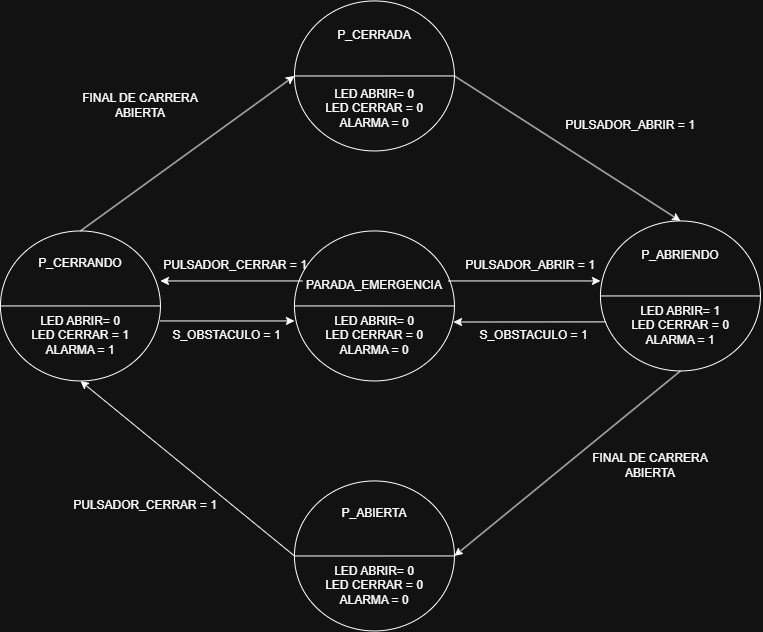
Before: Laboratorio 2/evidencias/problema_e/maquina_estados_e.drawio.png, a diagram exported from draw.io (enzoacosta46/mec-tmi). Source tidied: cells renumbered, new cells last; positions are measured from the earlier drawing's top-left corner, leaving out a move shared by most shapes.
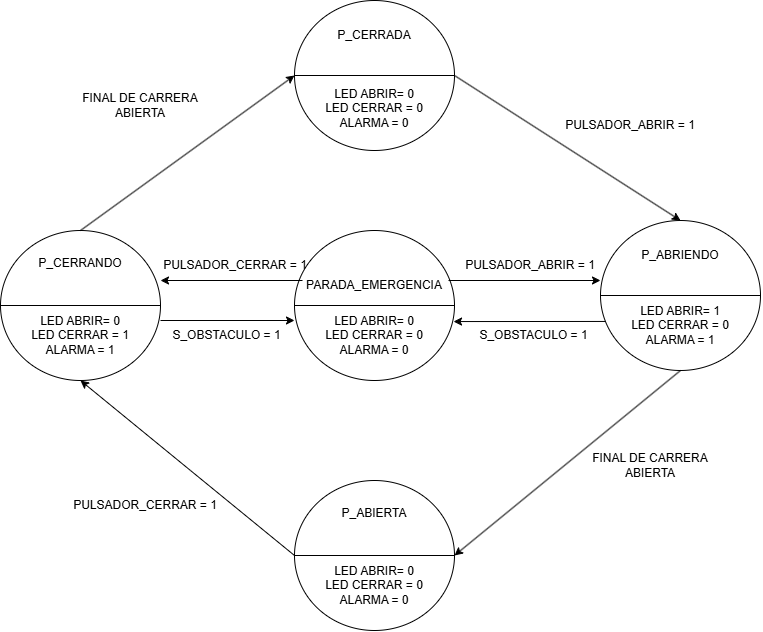
Later version of the same file.

Commit message:
Maquina de estados Ej E

Diff of the diagram source:
```diff
@@ -1,141 +1,141 @@
-<mxGraphModel>
+<mxGraphModel background="light-dark(#ffffff, #121212)">
   <root>
     <mxCell id="0" />
     <mxCell id="1" parent="0" />
-    <mxCell id="2" style="group;" parent="1" vertex="1">
+    <mxCell id="2" style="group;labelBackgroundColor=none;rounded=0;" parent="1" vertex="1">
       <mxGeometry x="294" width="160" height="150" as="geometry" />
     </mxCell>
-    <mxCell id="3" style="ellipse;whiteSpace=wrap;html=1;shapeInside=1;" parent="2" vertex="1">
+    <mxCell id="3" style="ellipse;whiteSpace=wrap;html=1;shapeInside=1;labelBackgroundColor=none;rounded=0;" parent="2" vertex="1">
       <mxGeometry width="160" height="150" as="geometry" />
     </mxCell>
-    <mxCell id="4" style="endArrow=none;html=1;rounded=0;entryX=1;entryY=0.5;entryDx=0;entryDy=0;exitX=0;exitY=0.5;exitDx=0;exitDy=0;" parent="2" edge="1" source="3" target="3">
+    <mxCell id="4" style="endArrow=none;html=1;rounded=0;entryX=1;entryY=0.5;entryDx=0;entryDy=0;exitX=0;exitY=0.5;exitDx=0;exitDy=0;labelBackgroundColor=none;fontColor=default;" parent="2" edge="1" source="3" target="3">
       <mxGeometry relative="1" as="geometry" />
     </mxCell>
-    <mxCell id="5" value="P_CERRADA" style="text;html=1;whiteSpace=wrap;strokeColor=none;fillColor=none;align=center;verticalAlign=middle;rounded=0;" parent="2" vertex="1">
+    <mxCell id="5" value="P_CERRADA" style="text;html=1;whiteSpace=wrap;strokeColor=none;fillColor=none;align=center;verticalAlign=middle;rounded=0;labelBackgroundColor=none;" parent="2" vertex="1">
       <mxGeometry x="50" y="20" width="60" height="30" as="geometry" />
     </mxCell>
-    <mxCell id="6" value="LED ABRIR= 0&lt;div&gt;LED CERRAR = 0&lt;/div&gt;&lt;div&gt;ALARMA = 0&lt;/div&gt;" style="text;html=1;whiteSpace=wrap;strokeColor=none;fillColor=none;align=center;verticalAlign=middle;rounded=0;" parent="2" vertex="1">
+    <mxCell id="6" value="LED ABRIR= 0&lt;div&gt;LED CERRAR = 0&lt;/div&gt;&lt;div&gt;ALARMA = 0&lt;/div&gt;" style="text;html=1;whiteSpace=wrap;strokeColor=none;fillColor=none;align=center;verticalAlign=middle;rounded=0;labelBackgroundColor=none;" parent="2" vertex="1">
       <mxGeometry x="20" y="80" width="120" height="55" as="geometry" />
     </mxCell>
-    <mxCell id="7" style="group;" parent="1" vertex="1">
+    <mxCell id="7" style="group;labelBackgroundColor=none;rounded=0;" parent="1" vertex="1">
       <mxGeometry y="230" width="160" height="150" as="geometry" />
     </mxCell>
-    <mxCell id="8" style="ellipse;whiteSpace=wrap;html=1;shapeInside=1;" parent="7" vertex="1">
+    <mxCell id="8" style="ellipse;whiteSpace=wrap;html=1;shapeInside=1;labelBackgroundColor=none;rounded=0;" parent="7" vertex="1">
       <mxGeometry width="160" height="150" as="geometry" />
     </mxCell>
-    <mxCell id="9" style="endArrow=none;html=1;rounded=0;entryX=1;entryY=0.5;entryDx=0;entryDy=0;exitX=0;exitY=0.5;exitDx=0;exitDy=0;" parent="7" edge="1" source="8" target="8">
+    <mxCell id="9" style="endArrow=none;html=1;rounded=0;entryX=1;entryY=0.5;entryDx=0;entryDy=0;exitX=0;exitY=0.5;exitDx=0;exitDy=0;labelBackgroundColor=none;fontColor=default;" parent="7" edge="1" source="8" target="8">
       <mxGeometry relative="1" as="geometry" />
     </mxCell>
-    <mxCell id="10" value="P_CERRANDO" style="text;html=1;whiteSpace=wrap;strokeColor=none;fillColor=none;align=center;verticalAlign=middle;rounded=0;" parent="7" vertex="1">
+    <mxCell id="10" value="P_CERRANDO" style="text;html=1;whiteSpace=wrap;strokeColor=none;fillColor=none;align=center;verticalAlign=middle;rounded=0;labelBackgroundColor=none;" parent="7" vertex="1">
       <mxGeometry x="50" y="17.5" width="60" height="30" as="geometry" />
     </mxCell>
-    <mxCell id="11" value="LED ABRIR= 0&lt;div&gt;LED CERRAR = 1&lt;/div&gt;&lt;div&gt;ALARMA = 1&lt;/div&gt;" style="text;html=1;whiteSpace=wrap;strokeColor=none;fillColor=none;align=center;verticalAlign=middle;rounded=0;" parent="7" vertex="1">
+    <mxCell id="11" value="LED ABRIR= 0&lt;div&gt;LED CERRAR = 1&lt;/div&gt;&lt;div&gt;ALARMA = 1&lt;/div&gt;" style="text;html=1;whiteSpace=wrap;strokeColor=none;fillColor=none;align=center;verticalAlign=middle;rounded=0;labelBackgroundColor=none;" parent="7" vertex="1">
       <mxGeometry x="20" y="77.5" width="120" height="55" as="geometry" />
     </mxCell>
-    <mxCell id="12" style="group;" parent="1" vertex="1">
+    <mxCell id="12" style="group;labelBackgroundColor=none;rounded=0;" parent="1" vertex="1">
       <mxGeometry x="600" y="220" width="160" height="150" as="geometry" />
     </mxCell>
-    <mxCell id="13" style="ellipse;whiteSpace=wrap;html=1;shapeInside=1;" parent="12" vertex="1">
+    <mxCell id="13" style="ellipse;whiteSpace=wrap;html=1;shapeInside=1;labelBackgroundColor=none;rounded=0;" parent="12" vertex="1">
       <mxGeometry width="160" height="150" as="geometry" />
     </mxCell>
-    <mxCell id="14" style="endArrow=none;html=1;rounded=0;entryX=1;entryY=0.5;entryDx=0;entryDy=0;exitX=0;exitY=0.5;exitDx=0;exitDy=0;" parent="12" edge="1" source="13" target="13">
+    <mxCell id="14" style="endArrow=none;html=1;rounded=0;entryX=1;entryY=0.5;entryDx=0;entryDy=0;exitX=0;exitY=0.5;exitDx=0;exitDy=0;labelBackgroundColor=none;fontColor=default;" parent="12" edge="1" source="13" target="13">
       <mxGeometry relative="1" as="geometry" />
     </mxCell>
-    <mxCell id="15" value="P_ABRIENDO" style="text;html=1;whiteSpace=wrap;strokeColor=none;fillColor=none;align=center;verticalAlign=middle;rounded=0;" parent="12" vertex="1">
+    <mxCell id="15" value="P_ABRIENDO" style="text;html=1;whiteSpace=wrap;strokeColor=none;fillColor=none;align=center;verticalAlign=middle;rounded=0;labelBackgroundColor=none;" parent="12" vertex="1">
       <mxGeometry x="50" y="20" width="60" height="30" as="geometry" />
     </mxCell>
-    <mxCell id="16" value="LED ABRIR= 1&lt;div&gt;LED CERRAR = 0&lt;/div&gt;&lt;div&gt;ALARMA = 1&lt;/div&gt;" style="text;html=1;whiteSpace=wrap;strokeColor=none;fillColor=none;align=center;verticalAlign=middle;rounded=0;" parent="12" vertex="1">
+    <mxCell id="16" value="LED ABRIR= 1&lt;div&gt;LED CERRAR = 0&lt;/div&gt;&lt;div&gt;ALARMA = 1&lt;/div&gt;" style="text;html=1;whiteSpace=wrap;strokeColor=none;fillColor=none;align=center;verticalAlign=middle;rounded=0;labelBackgroundColor=none;" parent="12" vertex="1">
       <mxGeometry x="20" y="77.5" width="120" height="55" as="geometry" />
     </mxCell>
-    <mxCell id="17" style="group;" parent="1" vertex="1">
+    <mxCell id="17" style="group;labelBackgroundColor=none;rounded=0;" parent="1" vertex="1">
       <mxGeometry x="294" y="230" width="160" height="150" as="geometry" />
     </mxCell>
-    <mxCell id="18" style="ellipse;whiteSpace=wrap;html=1;shapeInside=1;" parent="17" vertex="1">
+    <mxCell id="18" style="ellipse;whiteSpace=wrap;html=1;shapeInside=1;labelBackgroundColor=none;rounded=0;" parent="17" vertex="1">
       <mxGeometry width="160" height="150" as="geometry" />
     </mxCell>
-    <mxCell id="19" style="endArrow=none;html=1;rounded=0;entryX=1;entryY=0.5;entryDx=0;entryDy=0;exitX=0;exitY=0.5;exitDx=0;exitDy=0;" parent="17" edge="1" source="18" target="18">
+    <mxCell id="19" style="endArrow=none;html=1;rounded=0;entryX=1;entryY=0.5;entryDx=0;entryDy=0;exitX=0;exitY=0.5;exitDx=0;exitDy=0;labelBackgroundColor=none;fontColor=default;" parent="17" edge="1" source="18" target="18">
       <mxGeometry relative="1" as="geometry" />
     </mxCell>
-    <mxCell id="20" value="PARADA_EMERGENCIA" style="text;html=1;whiteSpace=wrap;strokeColor=none;fillColor=none;align=center;verticalAlign=middle;rounded=0;" parent="17" vertex="1">
+    <mxCell id="20" value="PARADA_EMERGENCIA" style="text;html=1;whiteSpace=wrap;strokeColor=none;fillColor=none;align=center;verticalAlign=middle;rounded=0;labelBackgroundColor=none;" parent="17" vertex="1">
       <mxGeometry x="50" y="40" width="60" height="30" as="geometry" />
     </mxCell>
-    <mxCell id="21" value="LED ABRIR= 0&lt;div&gt;LED CERRAR = 0&lt;/div&gt;&lt;div&gt;ALARMA = 0&lt;/div&gt;" style="text;html=1;whiteSpace=wrap;strokeColor=none;fillColor=none;align=center;verticalAlign=middle;rounded=0;" parent="17" vertex="1">
+    <mxCell id="21" value="LED ABRIR= 0&lt;div&gt;LED CERRAR = 0&lt;/div&gt;&lt;div&gt;ALARMA = 0&lt;/div&gt;" style="text;html=1;whiteSpace=wrap;strokeColor=none;fillColor=none;align=center;verticalAlign=middle;rounded=0;labelBackgroundColor=none;" parent="17" vertex="1">
       <mxGeometry x="20" y="77.5" width="120" height="55" as="geometry" />
     </mxCell>
-    <mxCell id="22" style="group;" parent="1" vertex="1">
+    <mxCell id="22" style="group;labelBackgroundColor=none;rounded=0;" parent="1" vertex="1">
       <mxGeometry x="294" y="480" width="160" height="150" as="geometry" />
     </mxCell>
-    <mxCell id="23" style="ellipse;whiteSpace=wrap;html=1;shapeInside=1;" parent="22" vertex="1">
+    <mxCell id="23" style="ellipse;whiteSpace=wrap;html=1;shapeInside=1;labelBackgroundColor=none;rounded=0;" parent="22" vertex="1">
       <mxGeometry width="160" height="150" as="geometry" />
     </mxCell>
-    <mxCell id="24" style="endArrow=none;html=1;rounded=0;entryX=1;entryY=0.5;entryDx=0;entryDy=0;exitX=0;exitY=0.5;exitDx=0;exitDy=0;" parent="22" edge="1" source="23" target="23">
+    <mxCell id="24" style="endArrow=none;html=1;rounded=0;entryX=1;entryY=0.5;entryDx=0;entryDy=0;exitX=0;exitY=0.5;exitDx=0;exitDy=0;labelBackgroundColor=none;fontColor=default;" parent="22" edge="1" source="23" target="23">
       <mxGeometry relative="1" as="geometry" />
     </mxCell>
-    <mxCell id="25" value="P_ABIERTA" style="text;html=1;whiteSpace=wrap;strokeColor=none;fillColor=none;align=center;verticalAlign=middle;rounded=0;" parent="22" vertex="1">
+    <mxCell id="25" value="P_ABIERTA" style="text;html=1;whiteSpace=wrap;strokeColor=none;fillColor=none;align=center;verticalAlign=middle;rounded=0;labelBackgroundColor=none;" parent="22" vertex="1">
       <mxGeometry x="50" y="17.5" width="60" height="30" as="geometry" />
     </mxCell>
-    <mxCell id="26" value="LED ABRIR= 0&lt;div&gt;LED CERRAR = 0&lt;/div&gt;&lt;div&gt;ALARMA = 0&lt;/div&gt;" style="text;html=1;whiteSpace=wrap;strokeColor=none;fillColor=none;align=center;verticalAlign=middle;rounded=0;" parent="22" vertex="1">
+    <mxCell id="26" value="LED ABRIR= 0&lt;div&gt;LED CERRAR = 0&lt;/div&gt;&lt;div&gt;ALARMA = 0&lt;/div&gt;" style="text;html=1;whiteSpace=wrap;strokeColor=none;fillColor=none;align=center;verticalAlign=middle;rounded=0;labelBackgroundColor=none;" parent="22" vertex="1">
       <mxGeometry x="20" y="77.5" width="120" height="55" as="geometry" />
     </mxCell>
-    <mxCell id="27" style="endArrow=classic;html=1;rounded=0;exitX=1;exitY=0.5;exitDx=0;exitDy=0;entryX=0.5;entryY=0;entryDx=0;entryDy=0;" parent="1" edge="1" source="3" target="13">
+    <mxCell id="27" style="endArrow=classic;html=1;rounded=0;exitX=1;exitY=0.5;exitDx=0;exitDy=0;entryX=0.5;entryY=0;entryDx=0;entryDy=0;labelBackgroundColor=none;fontColor=default;" parent="1" edge="1" source="3" target="13">
       <mxGeometry relative="1" as="geometry" />
     </mxCell>
-    <mxCell id="28" style="endArrow=classic;html=1;rounded=0;exitX=0.5;exitY=1;exitDx=0;exitDy=0;entryX=1;entryY=0.5;entryDx=0;entryDy=0;" parent="1" edge="1" source="13" target="23">
+    <mxCell id="28" style="endArrow=classic;html=1;rounded=0;exitX=0.5;exitY=1;exitDx=0;exitDy=0;entryX=1;entryY=0.5;entryDx=0;entryDy=0;labelBackgroundColor=none;fontColor=default;" parent="1" edge="1" source="13" target="23">
       <mxGeometry relative="1" as="geometry" />
     </mxCell>
-    <mxCell id="29" style="endArrow=classic;html=1;rounded=0;exitX=0;exitY=0.5;exitDx=0;exitDy=0;entryX=0.5;entryY=1;entryDx=0;entryDy=0;" parent="1" edge="1" source="23" target="8">
+    <mxCell id="29" style="endArrow=classic;html=1;rounded=0;exitX=0;exitY=0.5;exitDx=0;exitDy=0;entryX=0.5;entryY=1;entryDx=0;entryDy=0;labelBackgroundColor=none;fontColor=default;" parent="1" edge="1" source="23" target="8">
       <mxGeometry relative="1" as="geometry">
         <Array as="points">
           <mxPoint x="190" y="470" />
         </Array>
       </mxGeometry>
     </mxCell>
-    <mxCell id="30" style="endArrow=classic;html=1;rounded=0;exitX=0.5;exitY=0;exitDx=0;exitDy=0;entryX=0;entryY=0.5;entryDx=0;entryDy=0;" parent="1" edge="1" source="8" target="3">
+    <mxCell id="30" style="endArrow=classic;html=1;rounded=0;exitX=0.5;exitY=0;exitDx=0;exitDy=0;entryX=0;entryY=0.5;entryDx=0;entryDy=0;labelBackgroundColor=none;fontColor=default;" parent="1" edge="1" source="8" target="3">
       <mxGeometry relative="1" as="geometry" />
     </mxCell>
-    <mxCell id="31" style="endArrow=classic;html=1;rounded=0;exitX=0.031;exitY=0.673;exitDx=0;exitDy=0;entryX=0.994;entryY=0.607;entryDx=0;entryDy=0;exitPerimeter=0;entryPerimeter=0;" parent="1" edge="1" source="13" target="18">
+    <mxCell id="31" style="endArrow=classic;html=1;rounded=0;exitX=0.031;exitY=0.673;exitDx=0;exitDy=0;entryX=0.994;entryY=0.607;entryDx=0;entryDy=0;exitPerimeter=0;entryPerimeter=0;labelBackgroundColor=none;fontColor=default;" parent="1" edge="1" source="13" target="18">
       <mxGeometry relative="1" as="geometry" />
     </mxCell>
-    <mxCell id="32" style="endArrow=classic;html=1;rounded=0;exitX=0.031;exitY=0.673;exitDx=0;exitDy=0;entryX=0.994;entryY=0.607;entryDx=0;entryDy=0;exitPerimeter=0;entryPerimeter=0;" parent="1" edge="1">
+    <mxCell id="32" style="endArrow=classic;html=1;rounded=0;exitX=0.031;exitY=0.673;exitDx=0;exitDy=0;entryX=0.994;entryY=0.607;entryDx=0;entryDy=0;exitPerimeter=0;entryPerimeter=0;labelBackgroundColor=none;fontColor=default;" parent="1" edge="1">
       <mxGeometry relative="1" as="geometry">
         <mxPoint x="448" y="280" as="sourcePoint" />
         <mxPoint x="600" y="280" as="targetPoint" />
       </mxGeometry>
     </mxCell>
-    <mxCell id="33" style="endArrow=classic;html=1;rounded=0;exitX=0.031;exitY=0.673;exitDx=0;exitDy=0;exitPerimeter=0;" parent="1" edge="1">
+    <mxCell id="33" style="endArrow=classic;html=1;rounded=0;exitX=0.031;exitY=0.673;exitDx=0;exitDy=0;exitPerimeter=0;labelBackgroundColor=none;fontColor=default;" parent="1" edge="1">
       <mxGeometry relative="1" as="geometry">
         <mxPoint x="302" y="280" as="sourcePoint" />
         <mxPoint x="160" y="280" as="targetPoint" />
       </mxGeometry>
     </mxCell>
-    <mxCell id="34" style="endArrow=classic;html=1;rounded=0;entryX=0.994;entryY=0.607;entryDx=0;entryDy=0;entryPerimeter=0;" parent="1" edge="1">
+    <mxCell id="34" style="endArrow=classic;html=1;rounded=0;entryX=0.994;entryY=0.607;entryDx=0;entryDy=0;entryPerimeter=0;labelBackgroundColor=none;fontColor=default;" parent="1" edge="1">
       <mxGeometry relative="1" as="geometry">
         <mxPoint x="160" y="320" as="sourcePoint" />
         <mxPoint x="294" y="320" as="targetPoint" />
       </mxGeometry>
     </mxCell>
-    <mxCell id="35" value="PULSADOR_ABRIR = 1" style="text;html=1;whiteSpace=wrap;strokeColor=none;fillColor=none;align=center;verticalAlign=middle;rounded=0;" parent="1" vertex="1">
+    <mxCell id="35" value="PULSADOR_ABRIR = 1" style="text;html=1;whiteSpace=wrap;strokeColor=none;fillColor=none;align=center;verticalAlign=middle;rounded=0;labelBackgroundColor=none;" parent="1" vertex="1">
       <mxGeometry x="550" y="110" width="160" height="30" as="geometry" />
     </mxCell>
-    <mxCell id="36" value="PULSADOR_ABRIR = 1" style="text;html=1;whiteSpace=wrap;strokeColor=none;fillColor=none;align=center;verticalAlign=middle;rounded=0;" parent="1" vertex="1">
+    <mxCell id="36" value="PULSADOR_ABRIR = 1" style="text;html=1;whiteSpace=wrap;strokeColor=none;fillColor=none;align=center;verticalAlign=middle;rounded=0;labelBackgroundColor=none;" parent="1" vertex="1">
       <mxGeometry x="450" y="250" width="160" height="30" as="geometry" />
     </mxCell>
-    <mxCell id="37" value="PULSADOR_CERRAR = 1" style="text;html=1;whiteSpace=wrap;strokeColor=none;fillColor=none;align=center;verticalAlign=middle;rounded=0;" parent="1" vertex="1">
+    <mxCell id="37" value="PULSADOR_CERRAR = 1" style="text;html=1;whiteSpace=wrap;strokeColor=none;fillColor=none;align=center;verticalAlign=middle;rounded=0;labelBackgroundColor=none;" parent="1" vertex="1">
       <mxGeometry x="70" y="490" width="150" height="30" as="geometry" />
     </mxCell>
-    <mxCell id="38" value="PULSADOR_CERRAR = 1" style="text;html=1;whiteSpace=wrap;strokeColor=none;fillColor=none;align=center;verticalAlign=middle;rounded=0;" parent="1" vertex="1">
+    <mxCell id="38" value="PULSADOR_CERRAR = 1" style="text;html=1;whiteSpace=wrap;strokeColor=none;fillColor=none;align=center;verticalAlign=middle;rounded=0;labelBackgroundColor=none;" parent="1" vertex="1">
       <mxGeometry x="160" y="250" width="150" height="30" as="geometry" />
     </mxCell>
-    <mxCell id="39" value="S_OBSTACULO = 1" style="text;html=1;whiteSpace=wrap;strokeColor=none;fillColor=none;align=center;verticalAlign=middle;rounded=0;" parent="1" vertex="1">
+    <mxCell id="39" value="S_OBSTACULO = 1" style="text;html=1;whiteSpace=wrap;strokeColor=none;fillColor=none;align=center;verticalAlign=middle;rounded=0;labelBackgroundColor=none;" parent="1" vertex="1">
       <mxGeometry x="477" y="320" width="113" height="30" as="geometry" />
     </mxCell>
-    <mxCell id="40" value="S_OBSTACULO = 1" style="text;html=1;whiteSpace=wrap;strokeColor=none;fillColor=none;align=center;verticalAlign=middle;rounded=0;" parent="1" vertex="1">
+    <mxCell id="40" value="S_OBSTACULO = 1" style="text;html=1;whiteSpace=wrap;strokeColor=none;fillColor=none;align=center;verticalAlign=middle;rounded=0;labelBackgroundColor=none;" parent="1" vertex="1">
       <mxGeometry x="170" y="320" width="113" height="30" as="geometry" />
     </mxCell>
-    <mxCell id="41" value="FINAL DE CARRERA ABIERTA" style="text;html=1;whiteSpace=wrap;strokeColor=none;fillColor=none;align=center;verticalAlign=middle;rounded=0;" parent="1" vertex="1">
+    <mxCell id="41" value="FINAL DE CARRERA ABIERTA" style="text;html=1;whiteSpace=wrap;strokeColor=none;fillColor=none;align=center;verticalAlign=middle;rounded=0;labelBackgroundColor=none;" parent="1" vertex="1">
       <mxGeometry x="580" y="450" width="140" height="30" as="geometry" />
     </mxCell>
-    <mxCell id="42" value="FINAL DE CARRERA ABIERTA" style="text;html=1;whiteSpace=wrap;strokeColor=none;fillColor=none;align=center;verticalAlign=middle;rounded=0;" parent="1" vertex="1">
+    <mxCell id="42" value="FINAL DE CARRERA ABIERTA" style="text;html=1;whiteSpace=wrap;strokeColor=none;fillColor=none;align=center;verticalAlign=middle;rounded=0;labelBackgroundColor=none;" parent="1" vertex="1">
       <mxGeometry x="70" y="90" width="140" height="30" as="geometry" />
     </mxCell>
   </root>
```
